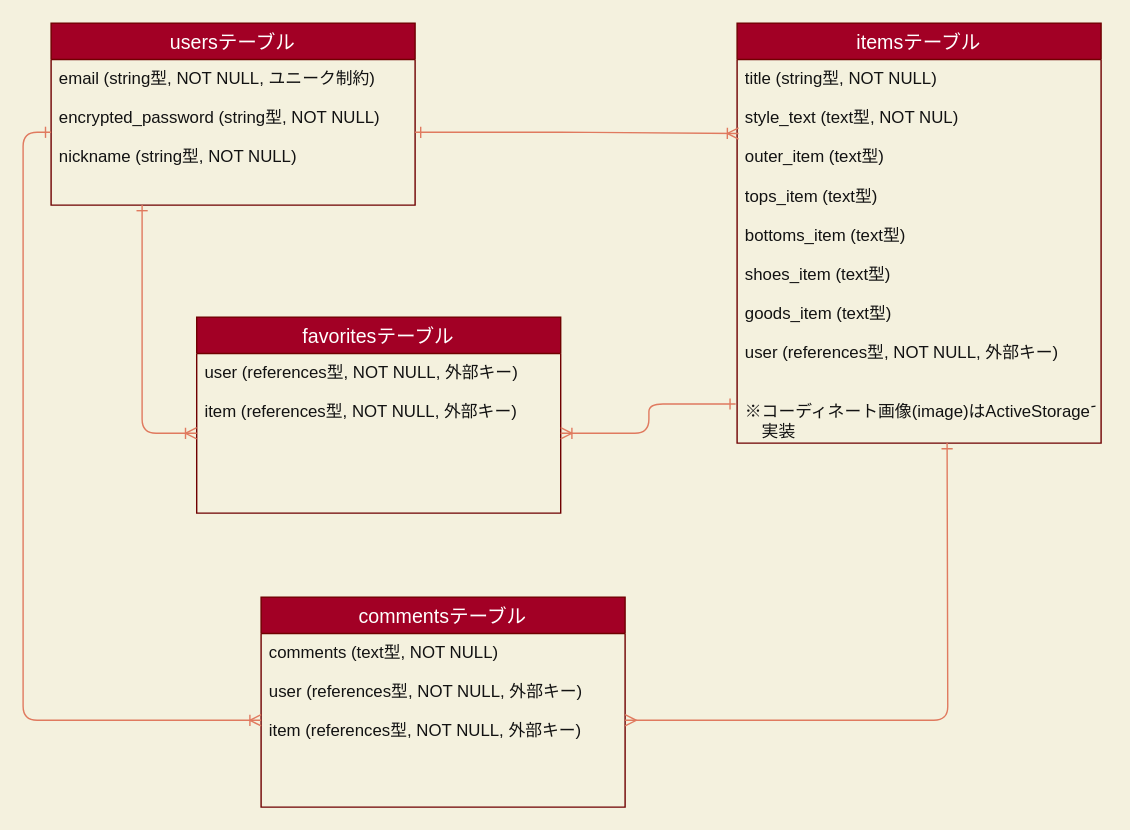
arahito1994/daily_ward_robe keeps this draw.io diagram as daily-wardrobe.dio. Above is the earlier version. Source tidied: cells renumbered, new cells numbered last; positions are measured from the earlier drawing's top-left corner, leaving out a move shared by most shapes. Both pictures are drawn from the tidied source at 140%, with x=0, y=0 at pixel (50, 22).
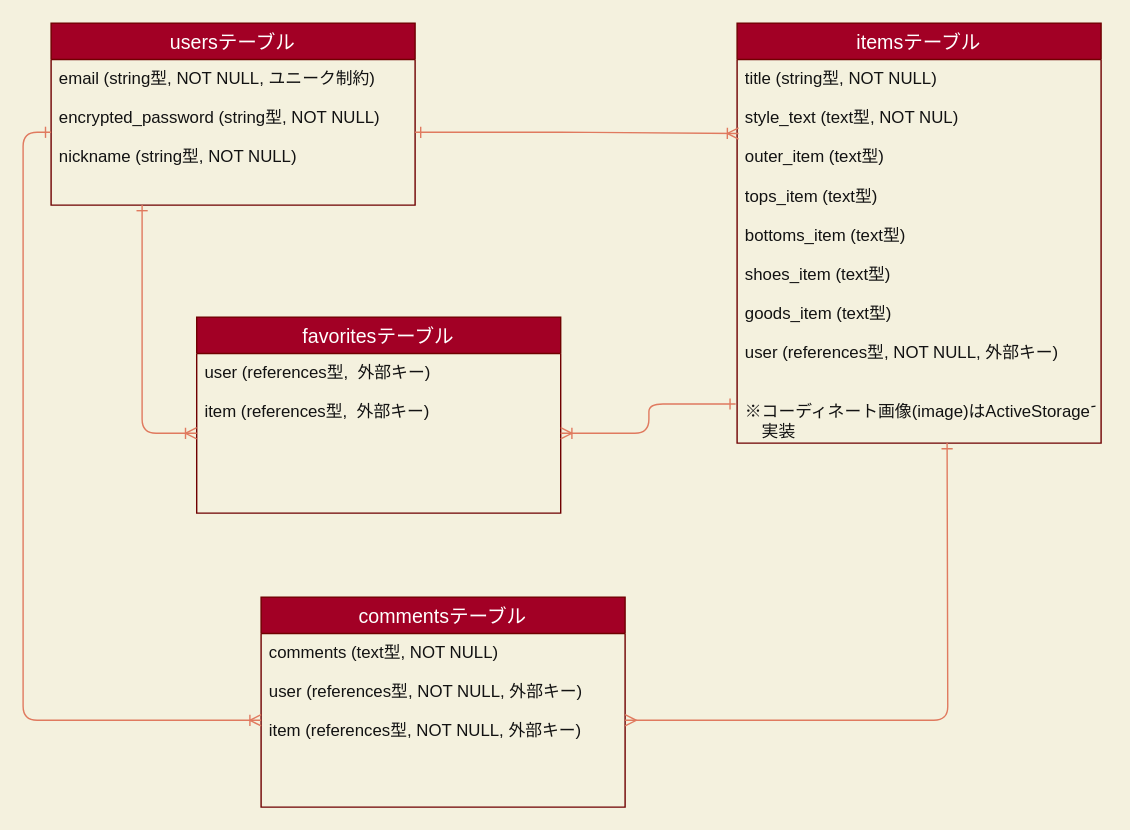
The same page after the edit.

What changed in the source:
```diff
@@
 <mxGraphModel background="#F4F1DE">
   <root>
     <mxCell id="0" />
     <mxCell id="1" parent="0" />
     <mxCell id="2" value="usersテーブル" style="swimlane;fontStyle=0;horizontal=1;startSize=26;align=center;fontSize=14;rounded=0;fontColor=#ffffff;strokeColor=#6F0000;fillColor=#a20025;" parent="1" vertex="1">
       <mxGeometry width="260" height="130" as="geometry" />
     </mxCell>
     <mxCell id="3" value="email (string型, NOT NULL, ユニーク制約)&#10;&#10;encrypted_password (string型, NOT NULL)&#10;&#10;nickname (string型, NOT NULL)" style="text;strokeColor=none;fillColor=none;spacingLeft=4;spacingRight=4;overflow=hidden;points=[[0,0.5],[1,0.5]];portConstraint=eastwest;fontSize=12;fontColor=#121212;" parent="2" vertex="1">
       <mxGeometry y="26" width="260" height="104" as="geometry" />
     </mxCell>
     <mxCell id="4" value="favoritesテーブル" style="swimlane;fontStyle=0;horizontal=1;startSize=26;align=center;fontSize=14;rounded=0;fontColor=#ffffff;strokeColor=#6F0000;fillColor=#a20025;" parent="1" vertex="1">
       <mxGeometry x="104" y="210" width="260" height="140" as="geometry" />
     </mxCell>
-    <mxCell id="5" value="user (references型, NOT NULL, 外部キー)&#10;&#10;item (references型, NOT NULL, 外部キー)" style="text;strokeColor=none;fillColor=none;spacingLeft=4;spacingRight=4;overflow=hidden;points=[[0,0.5],[1,0.5]];portConstraint=eastwest;fontSize=12;fontColor=#121212;" parent="4" vertex="1">
+    <mxCell id="5" value="user (references型,  外部キー)&#10;&#10;item (references型,  外部キー)" style="text;strokeColor=none;fillColor=none;spacingLeft=4;spacingRight=4;overflow=hidden;points=[[0,0.5],[1,0.5]];portConstraint=eastwest;fontSize=12;fontColor=#121212;" parent="4" vertex="1">
       <mxGeometry y="26" width="260" height="114" as="geometry" />
     </mxCell>
     <mxCell id="6" value="itemsテーブル" style="swimlane;fontStyle=0;horizontal=1;startSize=26;align=center;fontSize=14;rounded=0;fontColor=#ffffff;strokeColor=#6F0000;fillColor=#a20025;" parent="1" vertex="1">
       <mxGeometry x="490" width="260" height="300" as="geometry" />
     </mxCell>
     <mxCell id="7" value="title (string型, NOT NULL)&#10;&#10;style_text (text型, NOT NUL)&#10;&#10;outer_item (text型)&#10;&#10;tops_item (text型)&#10;&#10;bottoms_item (text型)&#10;&#10;shoes_item (text型)&#10;&#10;goods_item (text型)&#10;&#10;user (references型, NOT NULL, 外部キー)&#10;&#10;&#10;※コーディネート画像(image)はActiveStorageで&#10;　実装" style="text;strokeColor=none;fillColor=none;spacingLeft=4;spacingRight=4;overflow=hidden;points=[[0,0.5],[1,0.5]];portConstraint=eastwest;fontSize=12;labelBackgroundColor=none;fontColor=#121212;" parent="6" vertex="1">
       <mxGeometry y="26" width="260" height="274" as="geometry" />
     </mxCell>
     <mxCell id="8" value="commentsテーブル" style="swimlane;fontStyle=0;horizontal=1;startSize=26;align=center;fontSize=14;rounded=0;fontColor=#ffffff;strokeColor=#6F0000;fillColor=#a20025;" parent="1" vertex="1">
       <mxGeometry x="150" y="410" width="260" height="150" as="geometry" />
     </mxCell>
     <mxCell id="9" value="comments (text型, NOT NULL)&#10;&#10;user (references型, NOT NULL, 外部キー)&#10;&#10;item (references型, NOT NULL, 外部キー)&#10;" style="text;strokeColor=none;fillColor=none;spacingLeft=4;spacingRight=4;overflow=hidden;points=[[0,0.5],[1,0.5]];portConstraint=eastwest;fontSize=12;fontColor=#121212;" parent="8" vertex="1">
       <mxGeometry y="26" width="260" height="124" as="geometry" />
     </mxCell>
     <mxCell id="10" style="edgeStyle=orthogonalEdgeStyle;curved=0;rounded=1;jettySize=auto;html=1;exitX=0;exitY=0.5;exitDx=0;exitDy=0;entryX=0;entryY=0.5;entryDx=0;entryDy=0;fontColor=#121212;strokeColor=#E07A5F;fillColor=#F2CC8F;endArrow=ERoneToMany;endFill=0;startArrow=ERone;startFill=0;" parent="1" edge="1" source="3" target="9">
       <mxGeometry relative="1" as="geometry" />
     </mxCell>
     <mxCell id="11" style="edgeStyle=orthogonalEdgeStyle;curved=0;rounded=1;jettySize=auto;html=1;exitX=1;exitY=0.5;exitDx=0;exitDy=0;fontColor=#121212;strokeColor=#E07A5F;fillColor=#F2CC8F;startArrow=ERmany;startFill=0;endArrow=ERone;endFill=0;" parent="1" edge="1" source="9">
       <mxGeometry relative="1" as="geometry">
         <mxPoint x="640" y="300" as="targetPoint" />
       </mxGeometry>
     </mxCell>
     <mxCell id="12" style="edgeStyle=orthogonalEdgeStyle;curved=0;rounded=1;jettySize=auto;html=1;exitX=1;exitY=0.5;exitDx=0;exitDy=0;entryX=0.004;entryY=0.193;entryDx=0;entryDy=0;entryPerimeter=0;fontColor=#121212;strokeColor=#E07A5F;fillColor=#F2CC8F;startArrow=ERone;startFill=0;endArrow=ERoneToMany;endFill=0;" parent="1" edge="1" source="3" target="7">
       <mxGeometry relative="1" as="geometry" />
     </mxCell>
     <mxCell id="13" style="edgeStyle=orthogonalEdgeStyle;curved=0;rounded=1;jettySize=auto;html=1;exitX=0;exitY=0.5;exitDx=0;exitDy=0;entryX=0.25;entryY=1;entryDx=0;entryDy=0;entryPerimeter=0;fontColor=#121212;strokeColor=#E07A5F;fillColor=#F2CC8F;startArrow=ERoneToMany;startFill=0;endArrow=ERone;endFill=0;" parent="1" edge="1" source="5" target="3">
       <mxGeometry relative="1" as="geometry" />
     </mxCell>
     <mxCell id="14" style="edgeStyle=orthogonalEdgeStyle;curved=0;rounded=1;jettySize=auto;html=1;exitX=1;exitY=0.5;exitDx=0;exitDy=0;entryX=-0.004;entryY=0.898;entryDx=0;entryDy=0;entryPerimeter=0;fontColor=#121212;strokeColor=#E07A5F;fillColor=#F2CC8F;startArrow=ERoneToMany;startFill=0;endArrow=ERone;endFill=0;" parent="1" edge="1" source="5" target="7">
       <mxGeometry relative="1" as="geometry" />
     </mxCell>
   </root>
 </mxGraphModel>
```
